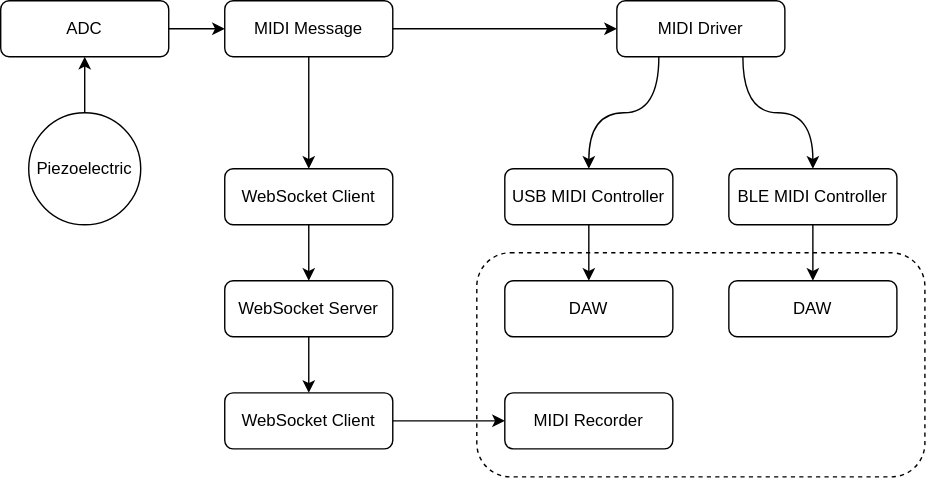
This is images/flow.drawio.svg from kamshory/ESP32DrumPad, a draw.io export, as it was before one commit. Source tidied: cells renumbered, new cells last; positions are measured from the earlier drawing's top-left corner, leaving out a move shared by most shapes.
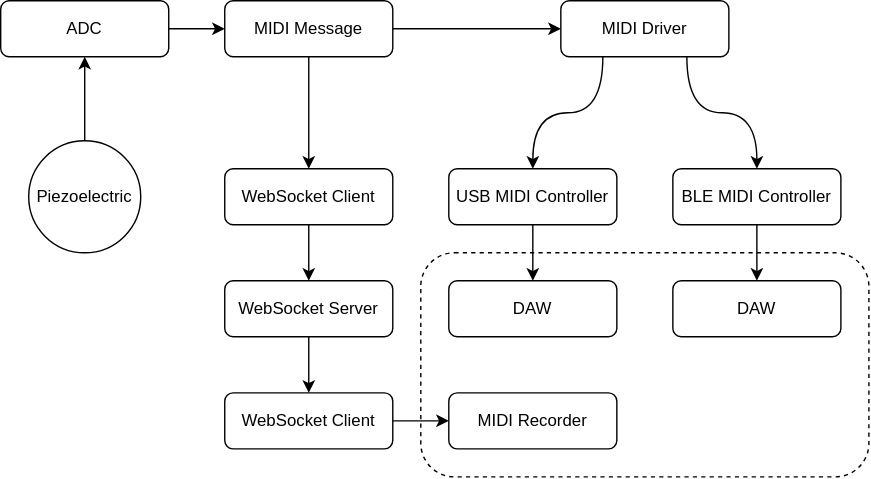
The same file after the commit.

What changed in the source:
```diff
@@ -3,10 +3,10 @@
     <mxCell id="0" />
     <mxCell id="1" parent="0" />
     <mxCell id="2" value="ADC" style="rounded=1;whiteSpace=wrap;html=1;" parent="1" vertex="1">
-      <mxGeometry width="120" height="40" as="geometry" />
+      <mxGeometry x="40" width="120" height="40" as="geometry" />
     </mxCell>
     <mxCell id="3" value="MIDI Message" style="rounded=1;whiteSpace=wrap;html=1;" parent="1" vertex="1">
-      <mxGeometry x="160" width="120" height="40" as="geometry" />
+      <mxGeometry x="200" width="120" height="40" as="geometry" />
     </mxCell>
     <mxCell id="4" value="MIDI Driver" style="rounded=1;whiteSpace=wrap;html=1;" parent="1" vertex="1">
       <mxGeometry x="440" width="120" height="40" as="geometry" />
@@ -18,13 +18,13 @@
       <mxGeometry x="520" y="120" width="120" height="40" as="geometry" />
     </mxCell>
     <mxCell id="7" value="WebSocket Client" style="rounded=1;whiteSpace=wrap;html=1;" parent="1" vertex="1">
-      <mxGeometry x="160" y="120" width="120" height="40" as="geometry" />
+      <mxGeometry x="200" y="120" width="120" height="40" as="geometry" />
     </mxCell>
     <mxCell id="8" value="WebSocket Client" style="rounded=1;whiteSpace=wrap;html=1;" parent="1" vertex="1">
-      <mxGeometry x="160" y="280" width="120" height="40" as="geometry" />
+      <mxGeometry x="200" y="280" width="120" height="40" as="geometry" />
     </mxCell>
     <mxCell id="9" value="WebSocket Server" style="rounded=1;whiteSpace=wrap;html=1;" parent="1" vertex="1">
-      <mxGeometry x="160" y="200" width="120" height="40" as="geometry" />
+      <mxGeometry x="200" y="200" width="120" height="40" as="geometry" />
     </mxCell>
     <mxCell id="10" value="MIDI Recorder" style="rounded=1;whiteSpace=wrap;html=1;" parent="1" vertex="1">
       <mxGeometry x="360" y="280" width="120" height="40" as="geometry" />
@@ -34,7 +34,7 @@
     </mxCell>
     <mxCell id="12" style="endArrow=classic;html=1;rounded=0;entryX=0;entryY=0.5;entryDx=0;entryDy=0;" parent="1" edge="1" target="4">
       <mxGeometry relative="1" as="geometry">
-        <mxPoint x="280" y="20" as="sourcePoint" />
+        <mxPoint x="320" y="20" as="sourcePoint" />
       </mxGeometry>
     </mxCell>
     <mxCell id="13" style="endArrow=classic;html=1;rounded=0;exitX=0.5;exitY=1;exitDx=0;exitDy=0;entryX=0.5;entryY=0;entryDx=0;entryDy=0;" parent="1" edge="1" source="3" target="7">
@@ -46,10 +46,8 @@
     <mxCell id="15" style="endArrow=classic;html=1;rounded=0;exitX=0.5;exitY=1;exitDx=0;exitDy=0;entryX=0.5;entryY=0;entryDx=0;entryDy=0;" parent="1" edge="1" source="9" target="8">
       <mxGeometry relative="1" as="geometry" />
     </mxCell>
-    <mxCell id="16" style="endArrow=classic;html=1;rounded=0;entryX=0;entryY=0.5;entryDx=0;entryDy=0;" parent="1" edge="1" target="10">
-      <mxGeometry relative="1" as="geometry">
-        <mxPoint x="280" y="300" as="sourcePoint" />
-      </mxGeometry>
+    <mxCell id="16" style="endArrow=classic;html=1;rounded=0;entryX=0;entryY=0.5;entryDx=0;entryDy=0;exitX=1;exitY=0.5;exitDx=0;exitDy=0;" parent="1" edge="1" source="8" target="10">
+      <mxGeometry relative="1" as="geometry" />
     </mxCell>
     <mxCell id="17" style="endArrow=classic;html=1;rounded=0;exitX=0.25;exitY=1;exitDx=0;exitDy=0;entryX=0.5;entryY=0;entryDx=0;entryDy=0;edgeStyle=orthogonalEdgeStyle;curved=1;" parent="1" edge="1" source="4" target="5">
       <mxGeometry relative="1" as="geometry" />
@@ -70,7 +68,7 @@
       <mxGeometry relative="1" as="geometry" />
     </mxCell>
     <mxCell id="23" value="Piezoelectric" style="ellipse;whiteSpace=wrap;html=1;" parent="1" vertex="1">
-      <mxGeometry x="20" y="80" width="80" height="80" as="geometry" />
+      <mxGeometry x="60" y="100" width="80" height="80" as="geometry" />
     </mxCell>
     <mxCell id="24" style="endArrow=classic;html=1;rounded=0;entryX=0.5;entryY=1;entryDx=0;entryDy=0;exitX=0.5;exitY=0;exitDx=0;exitDy=0;" parent="1" edge="1" source="23" target="2">
       <mxGeometry relative="1" as="geometry" />
```
